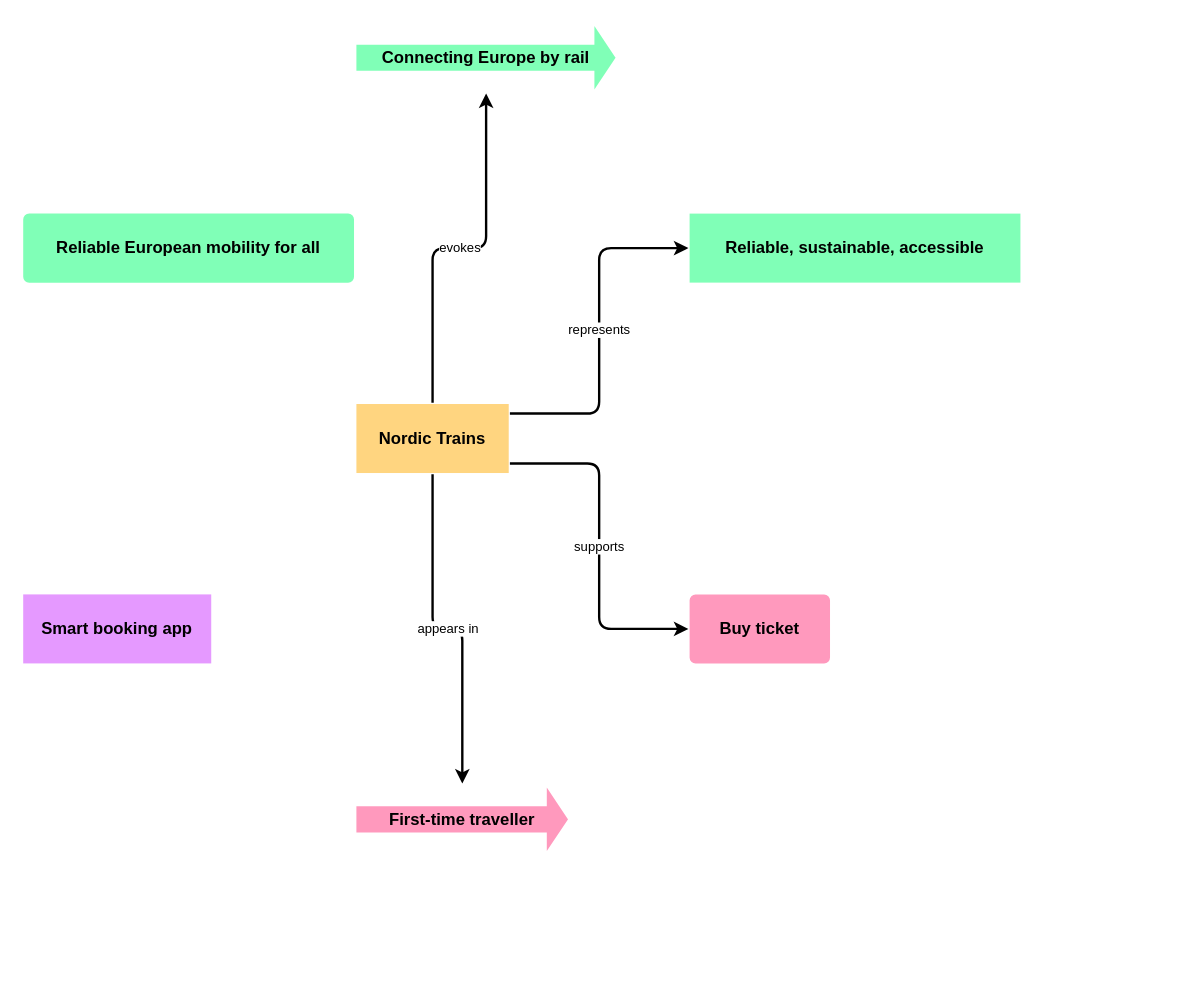
This is skills/documentation/edgy-diagram/examples/expected-brand.drawio from Rahola/edgy-skills, a draw.io file, before an edit. Source tidied: cells renumbered, new cells numbered last; positions are measured from the earlier drawing's top-left corner, leaving out a move shared by most shapes. Both pictures are drawn from the tidied source at 119%, with x=0, y=0 at pixel (21, 21).
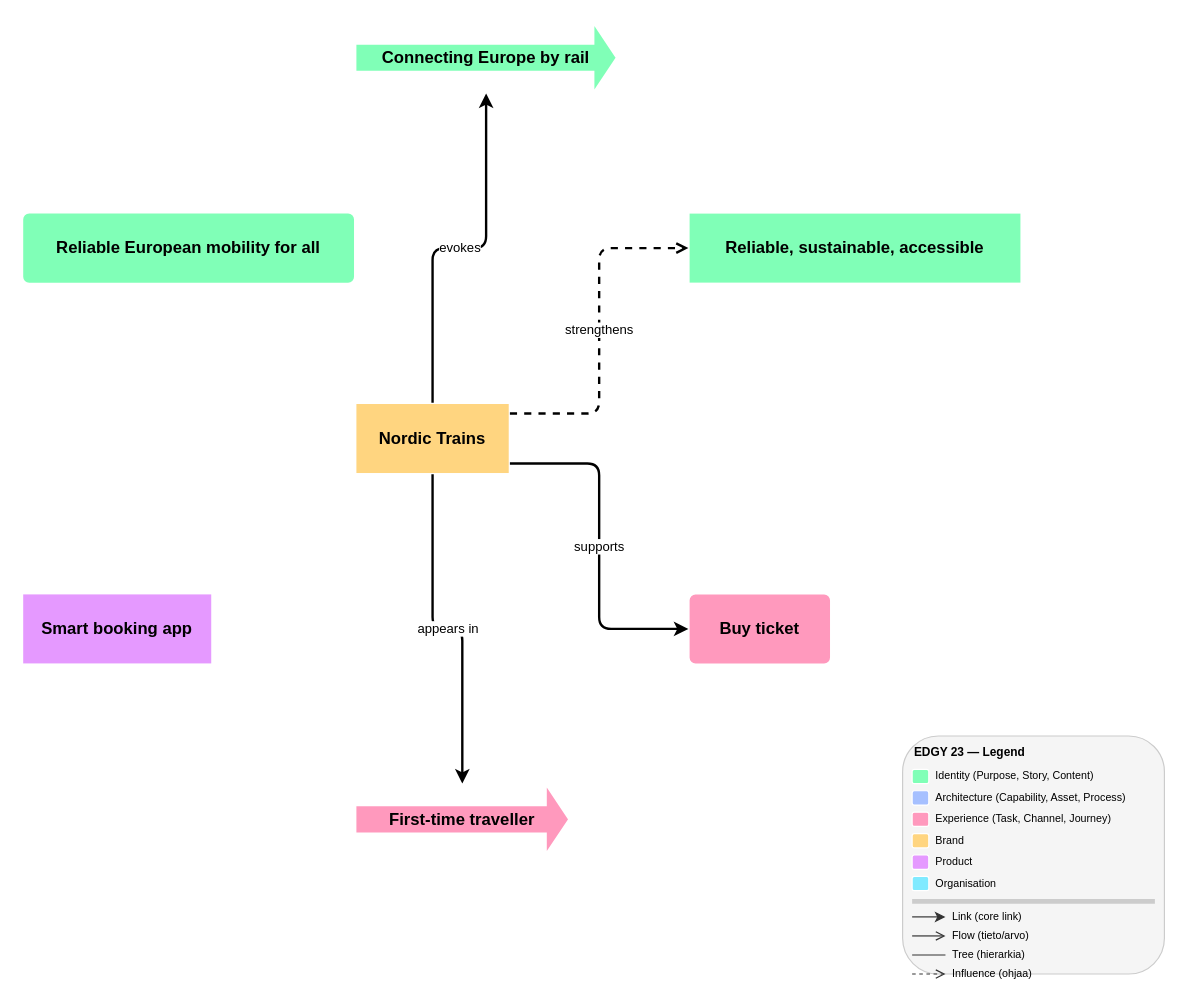
Above is the later version.

Unchanged cells that the change refers to:
```xml
<mxCell id="2" value="Nordic Trains" style="whiteSpace=wrap;html=1;fillColor=#ffd580;strokeColor=#FFFFFF;strokeWidth=2;verticalAlign=middle;fontStyle=1;fontSize=14;" parent="1" vertex="1">
  <mxGeometry x="280" y="320" width="130" height="60" as="geometry" />
</mxCell>
<mxCell id="4" value="Reliable, sustainable, accessible" style="whiteSpace=wrap;html=1;fillColor=#80ffb7;strokeColor=#FFFFFF;strokeWidth=2;verticalAlign=middle;fontStyle=1;fontSize=14;" parent="1" vertex="1">
  <mxGeometry x="560" y="160" width="280" height="60" as="geometry" />
</mxCell>
```

Change to the diagram source:
```diff
@@
-    <mxCell id="10" value="represents" style="edgeStyle=orthogonalEdgeStyle;rounded=1;strokeWidth=2;fontSize=11;html=1;jumpStyle=arc;jumpSize=8;labelBackgroundColor=#ffffff;labelBorderColor=none;endArrow=classic;endFill=1;exitX=1.0;exitY=0.15;exitDx=0;exitDy=0;entryX=0.0;entryY=0.5;entryDx=0;entryDy=0;" parent="1" edge="1" source="2" target="4">
+    <mxCell id="10" value="strengthens" style="edgeStyle=orthogonalEdgeStyle;rounded=1;strokeWidth=2;fontSize=11;html=1;jumpStyle=arc;jumpSize=8;labelBackgroundColor=#ffffff;labelBorderColor=none;endArrow=open;endFill=0;dashed=1;exitX=1.0;exitY=0.15;exitDx=0;exitDy=0;entryX=0.0;entryY=0.5;entryDx=0;entryDy=0;" parent="1" edge="1" source="2" target="4">
       <mxGeometry relative="1" as="geometry" />
     </mxCell>
@@
+    <mxCell id="13" style="rounded=1;whiteSpace=wrap;html=1;fillColor=#f5f5f5;strokeColor=#cccccc;strokeWidth=1;" parent="1" vertex="1">
+      <mxGeometry x="740" y="600" width="220" height="200" as="geometry" />
+    </mxCell>
+    <mxCell id="14" value="&lt;b&gt;EDGY 23 — Legend&lt;/b&gt;" style="text;html=1;align=left;verticalAlign=middle;strokeColor=none;fillColor=none;fontSize=10;fontStyle=1;" parent="1" vertex="1">
+      <mxGeometry x="748" y="604" width="204" height="18" as="geometry" />
+    </mxCell>
+    <mxCell id="15" style="rounded=1;whiteSpace=wrap;html=1;fillColor=#80ffb7;strokeColor=#ffffff;strokeWidth=1;" parent="1" vertex="1">
+      <mxGeometry x="748" y="628" width="14" height="12" as="geometry" />
+    </mxCell>
+    <mxCell id="16" value="Identity (Purpose, Story, Content)" style="text;html=1;align=left;verticalAlign=middle;strokeColor=none;fillColor=none;fontSize=9;" parent="1" vertex="1">
+      <mxGeometry x="766" y="626" width="186" height="16" as="geometry" />
+    </mxCell>
+    <mxCell id="17" style="rounded=1;whiteSpace=wrap;html=1;fillColor=#a6c0ff;strokeColor=#ffffff;strokeWidth=1;" parent="1" vertex="1">
+      <mxGeometry x="748" y="646" width="14" height="12" as="geometry" />
+    </mxCell>
+    <mxCell id="18" value="Architecture (Capability, Asset, Process)" style="text;html=1;align=left;verticalAlign=middle;strokeColor=none;fillColor=none;fontSize=9;" parent="1" vertex="1">
+      <mxGeometry x="766" y="644" width="186" height="16" as="geometry" />
+    </mxCell>
+    <mxCell id="19" style="rounded=1;whiteSpace=wrap;html=1;fillColor=#ff99bd;strokeColor=#ffffff;strokeWidth=1;" parent="1" vertex="1">
+      <mxGeometry x="748" y="664" width="14" height="12" as="geometry" />
+    </mxCell>
+    <mxCell id="20" value="Experience (Task, Channel, Journey)" style="text;html=1;align=left;verticalAlign=middle;strokeColor=none;fillColor=none;fontSize=9;" parent="1" vertex="1">
+      <mxGeometry x="766" y="662" width="186" height="16" as="geometry" />
+    </mxCell>
+    <mxCell id="21" style="rounded=1;whiteSpace=wrap;html=1;fillColor=#ffd580;strokeColor=#ffffff;strokeWidth=1;" parent="1" vertex="1">
+      <mxGeometry x="748" y="682" width="14" height="12" as="geometry" />
+    </mxCell>
+    <mxCell id="22" value="Brand" style="text;html=1;align=left;verticalAlign=middle;strokeColor=none;fillColor=none;fontSize=9;" parent="1" vertex="1">
+      <mxGeometry x="766" y="680" width="186" height="16" as="geometry" />
+    </mxCell>
+    <mxCell id="23" style="rounded=1;whiteSpace=wrap;html=1;fillColor=#e599ff;strokeColor=#ffffff;strokeWidth=1;" parent="1" vertex="1">
+      <mxGeometry x="748" y="700" width="14" height="12" as="geometry" />
+    </mxCell>
+    <mxCell id="24" value="Product" style="text;html=1;align=left;verticalAlign=middle;strokeColor=none;fillColor=none;fontSize=9;" parent="1" vertex="1">
+      <mxGeometry x="766" y="698" width="186" height="16" as="geometry" />
+    </mxCell>
+    <mxCell id="25" style="rounded=1;whiteSpace=wrap;html=1;fillColor=#80eaff;strokeColor=#ffffff;strokeWidth=1;" parent="1" vertex="1">
+      <mxGeometry x="748" y="718" width="14" height="12" as="geometry" />
+    </mxCell>
+    <mxCell id="26" value="Organisation" style="text;html=1;align=left;verticalAlign=middle;strokeColor=none;fillColor=none;fontSize=9;" parent="1" vertex="1">
+      <mxGeometry x="766" y="716" width="186" height="16" as="geometry" />
+    </mxCell>
+    <mxCell id="27" style="line;strokeColor=#cccccc;fillColor=none;" parent="1" vertex="1">
+      <mxGeometry x="748" y="736" width="204" height="6" as="geometry" />
+    </mxCell>
+    <mxCell id="28" style="edgeStyle=none;endArrow=classic;endFill=1;strokeWidth=1;strokeColor=#333333;" parent="1" edge="1">
+      <mxGeometry relative="1" as="geometry">
+        <mxPoint x="748" y="752" as="sourcePoint" />
+        <mxPoint x="776" y="752" as="targetPoint" />
+      </mxGeometry>
+    </mxCell>
+    <mxCell id="29" value="Link (core link)" style="text;html=1;align=left;verticalAlign=middle;strokeColor=none;fillColor=none;fontSize=9;" parent="1" vertex="1">
+      <mxGeometry x="780" y="744" width="172" height="16" as="geometry" />
+    </mxCell>
+    <mxCell id="30" style="edgeStyle=none;endArrow=open;endFill=0;strokeWidth=1;strokeColor=#333333;" parent="1" edge="1">
+      <mxGeometry relative="1" as="geometry">
+        <mxPoint x="748" y="768" as="sourcePoint" />
+        <mxPoint x="776" y="768" as="targetPoint" />
+      </mxGeometry>
+    </mxCell>
+    <mxCell id="31" value="Flow (tieto/arvo)" style="text;html=1;align=left;verticalAlign=middle;strokeColor=none;fillColor=none;fontSize=9;" parent="1" vertex="1">
+      <mxGeometry x="780" y="760" width="172" height="16" as="geometry" />
+    </mxCell>
+    <mxCell id="32" style="edgeStyle=none;endArrow=none;strokeWidth=1;strokeColor=#333333;" parent="1" edge="1">
+      <mxGeometry relative="1" as="geometry">
+        <mxPoint x="748" y="784" as="sourcePoint" />
+        <mxPoint x="776" y="784" as="targetPoint" />
+      </mxGeometry>
+    </mxCell>
+    <mxCell id="33" value="Tree (hierarkia)" style="text;html=1;align=left;verticalAlign=middle;strokeColor=none;fillColor=none;fontSize=9;" parent="1" vertex="1">
+      <mxGeometry x="780" y="776" width="172" height="16" as="geometry" />
+    </mxCell>
+    <mxCell id="34" style="edgeStyle=none;endArrow=open;endFill=0;dashed=1;strokeWidth=1;strokeColor=#333333;" parent="1" edge="1">
+      <mxGeometry relative="1" as="geometry">
+        <mxPoint x="748" y="800" as="sourcePoint" />
+        <mxPoint x="776" y="800" as="targetPoint" />
+      </mxGeometry>
+    </mxCell>
+    <mxCell id="35" value="Influence (ohjaa)" style="text;html=1;align=left;verticalAlign=middle;strokeColor=none;fillColor=none;fontSize=9;" parent="1" vertex="1">
+      <mxGeometry x="780" y="792" width="172" height="16" as="geometry" />
+    </mxCell>
```
